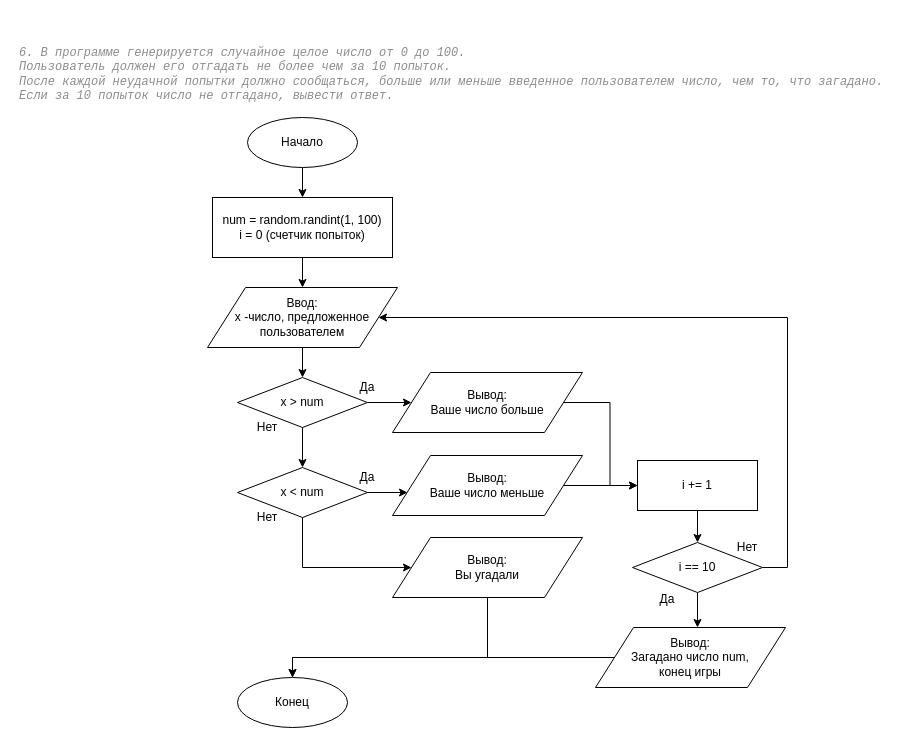
This is page "task_6" (6 of 9) of les2/dz_2/les_2.drawio from damkh/gb_py_alg_2020-07, a draw.io file, before an edit. Source tidied: cells renumbered, new cells numbered last; positions are measured from the earlier drawing's top-left corner, leaving out a move shared by most shapes. Both pictures are drawn from the tidied source at 100%, with x=0, y=0 at pixel (17, 27).
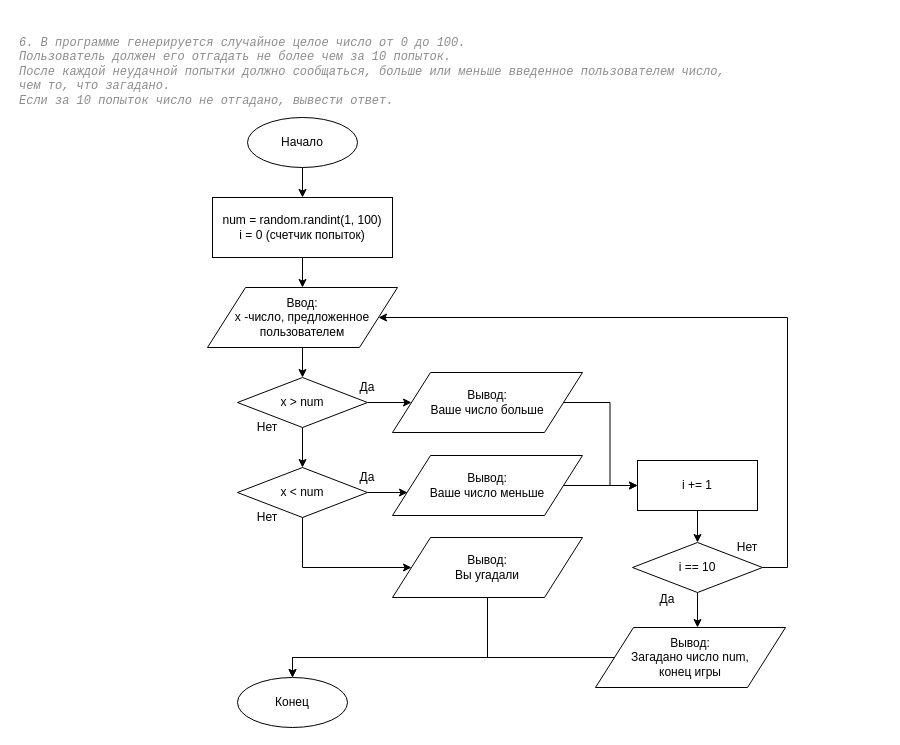
The same diagram, later.

Change to the diagram source:
```diff
@@
-    <mxCell id="2" value="&lt;pre style=&quot;background-color: #ffffff ; color: #080808 ; font-family: &amp;quot;jetbrains mono&amp;quot; , monospace ; font-size: 9 8pt&quot;&gt;&lt;span style=&quot;color: #8c8c8c ; font-style: italic&quot;&gt;6. В программе генерируется случайное целое число от 0 до 100. &lt;br&gt;&lt;/span&gt;&lt;span style=&quot;color: #8c8c8c ; font-style: italic&quot;&gt;Пользователь должен его отгадать не более чем за 10 попыток. &lt;br&gt;&lt;/span&gt;&lt;span style=&quot;color: #8c8c8c ; font-style: italic&quot;&gt;После каждой неудачной попытки должно сообщаться, больше или меньше введенное пользователем число, чем то, что загадано.&lt;br&gt;&lt;/span&gt;&lt;span style=&quot;color: #8c8c8c ; font-style: italic&quot;&gt;Если за 10 попыток число не отгадано, вывести ответ.&lt;/span&gt;&lt;/pre&gt;" style="text;whiteSpace=wrap;html=1;" parent="1" vertex="1">
-      <mxGeometry width="550" height="100" as="geometry" />
+    <mxCell id="2" value="&lt;pre style=&quot;background-color: #ffffff ; color: #080808 ; font-family: &amp;#34;jetbrains mono&amp;#34; , monospace ; font-size: 9 8pt&quot;&gt;&lt;span style=&quot;color: #8c8c8c ; font-style: italic&quot;&gt;6. В программе генерируется случайное целое число от 0 до 100. &lt;br&gt;&lt;/span&gt;&lt;span style=&quot;color: #8c8c8c ; font-style: italic&quot;&gt;Пользователь должен его отгадать не более чем за 10 попыток. &lt;br&gt;&lt;/span&gt;&lt;span style=&quot;color: #8c8c8c ; font-style: italic&quot;&gt;После каждой неудачной попытки должно сообщаться, больше или меньше введенное пользователем число, &lt;br&gt;чем то, что загадано.&lt;br&gt;&lt;/span&gt;&lt;span style=&quot;color: #8c8c8c ; font-style: italic&quot;&gt;Если за 10 попыток число не отгадано, вывести ответ.&lt;/span&gt;&lt;/pre&gt;" style="text;whiteSpace=wrap;html=1;" parent="1" vertex="1">
+      <mxGeometry y="-10" width="700" height="100" as="geometry" />
     </mxCell>
```
